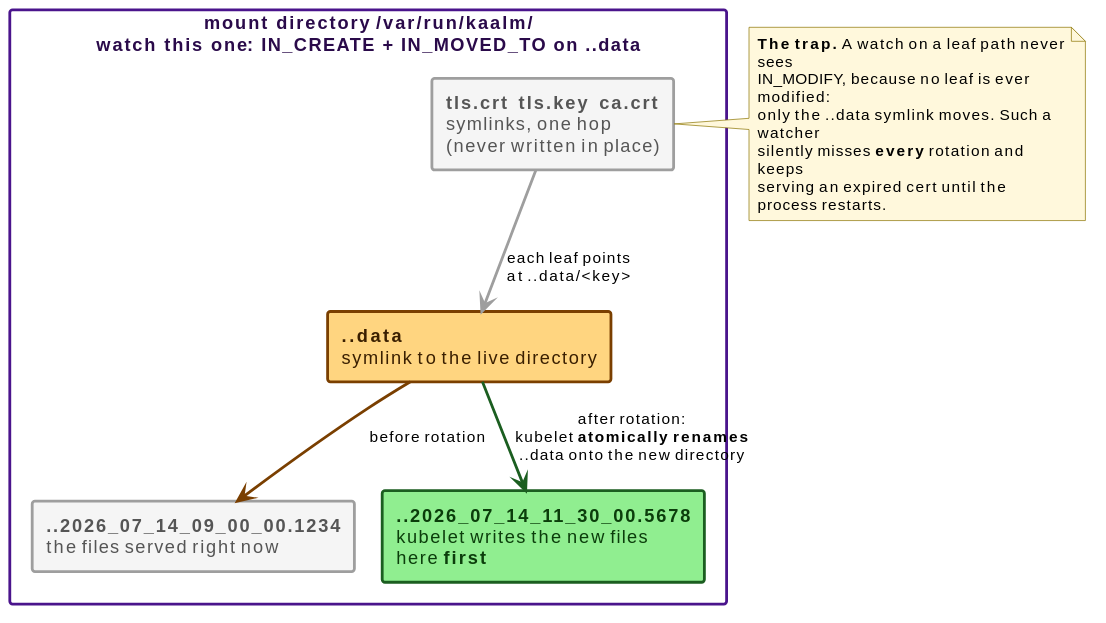
The PlantUML diagram docs/src/diagrams/projected-volume-rotation.svg in win07xp/kaalm, before a commit. The source it was exported from:
```plantuml
@startuml
!include _style.puml

skinparam nodesep 20
skinparam ranksep 38
skinparam rectangle {
  roundCorner 4
}

rectangle "mount directory **/var/run/kaalm/**\n**watch this one**: IN_CREATE + IN_MOVED_TO on ..data" as dir #line:4A148C;line.bold;text:2a0a4a {

  rectangle "**tls.crt**  **tls.key**  **ca.crt**\nsymlinks, one hop\n(never written in place)" as leaves #back:F5F5F5;line:9E9E9E;line.bold;text:555555

  rectangle "**..data**\nsymlink to the live directory" as data #back:FFD580;line:7a3f00;line.bold;text:3a1f00

  rectangle "**..2026_07_14_09_00_00.1234**\nthe files served right now" as old #back:F5F5F5;line:9E9E9E;line.bold;text:555555

  rectangle "**..2026_07_14_11_30_00.5678**\nkubelet writes the new files\nhere **first**" as new #back:90EE90;line:1B5E20;line.bold;text:0b3d0b
}

leaves -[#9E9E9E,bold]-> data : each leaf points\nat ..data/<key>
data -[#7a3f00,bold]-> old : before rotation
data .[#1B5E20,bold].> new : after rotation:\nkubelet **atomically renames**\n..data onto the new directory

note right of leaves
  **The trap.** A watch on a leaf path never sees
  IN_MODIFY, because no leaf is ever modified:
  only the ..data symlink moves. Such a watcher
  silently misses **every** rotation and keeps
  serving an expired cert until the process restarts.
end note
@enduml
```
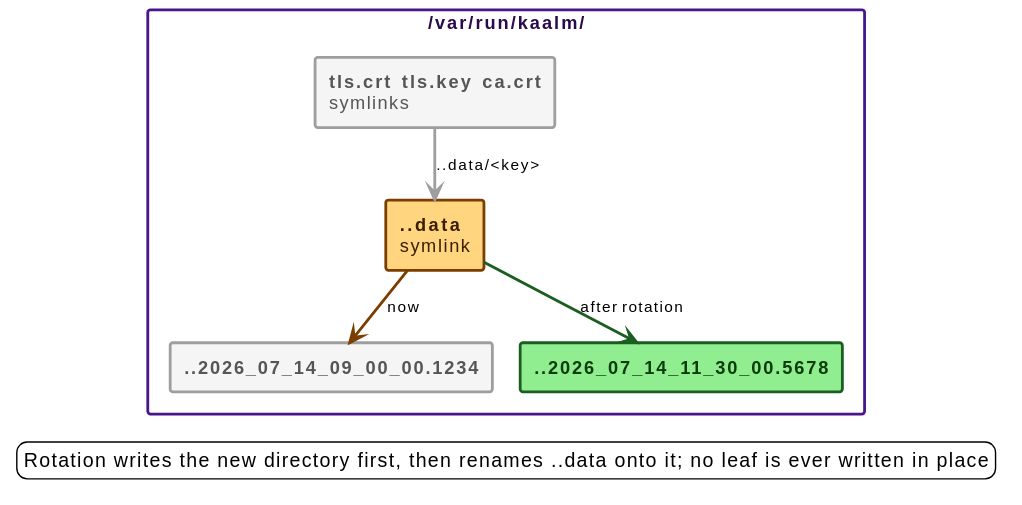
Later version of the same file.

What changed in the source:
```diff
@@ -7,26 +7,18 @@
   roundCorner 4
 }
 
-rectangle "mount directory **/var/run/kaalm/**\n**watch this one**: IN_CREATE + IN_MOVED_TO on ..data" as dir #line:4A148C;line.bold;text:2a0a4a {
-
-  rectangle "**tls.crt**  **tls.key**  **ca.crt**\nsymlinks, one hop\n(never written in place)" as leaves #back:F5F5F5;line:9E9E9E;line.bold;text:555555
-
-  rectangle "**..data**\nsymlink to the live directory" as data #back:FFD580;line:7a3f00;line.bold;text:3a1f00
-
-  rectangle "**..2026_07_14_09_00_00.1234**\nthe files served right now" as old #back:F5F5F5;line:9E9E9E;line.bold;text:555555
-
-  rectangle "**..2026_07_14_11_30_00.5678**\nkubelet writes the new files\nhere **first**" as new #back:90EE90;line:1B5E20;line.bold;text:0b3d0b
+rectangle "/var/run/kaalm/" as dir #line:4A148C;line.bold;text:2a0a4a {
+  rectangle "**tls.crt**  **tls.key**  **ca.crt**\nsymlinks" as leaves #back:F5F5F5;line:9E9E9E;line.bold;text:555555
+  rectangle "**..data**\nsymlink" as data #back:FFD580;line:7a3f00;line.bold;text:3a1f00
+  rectangle "**..2026_07_14_09_00_00.1234**" as old #back:F5F5F5;line:9E9E9E;line.bold;text:555555
+  rectangle "**..2026_07_14_11_30_00.5678**" as new #back:90EE90;line:1B5E20;line.bold;text:0b3d0b
 }
 
-leaves -[#9E9E9E,bold]-> data : each leaf points\nat ..data/<key>
-data -[#7a3f00,bold]-> old : before rotation
-data .[#1B5E20,bold].> new : after rotation:\nkubelet **atomically renames**\n..data onto the new directory
+leaves -[#9E9E9E,bold]-> data : ..data/<key>
+data -[#7a3f00,bold]-> old : now
+data .[#1B5E20,bold].> new : after rotation
 
-note right of leaves
-  **The trap.** A watch on a leaf path never sees
-  IN_MODIFY, because no leaf is ever modified:
-  only the ..data symlink moves. Such a watcher
-  silently misses **every** rotation and keeps
-  serving an expired cert until the process restarts.
-end note
+legend bottom
+  Rotation writes the new directory first, then renames ..data onto it; no leaf is ever written in place
+endlegend
 @enduml
```
